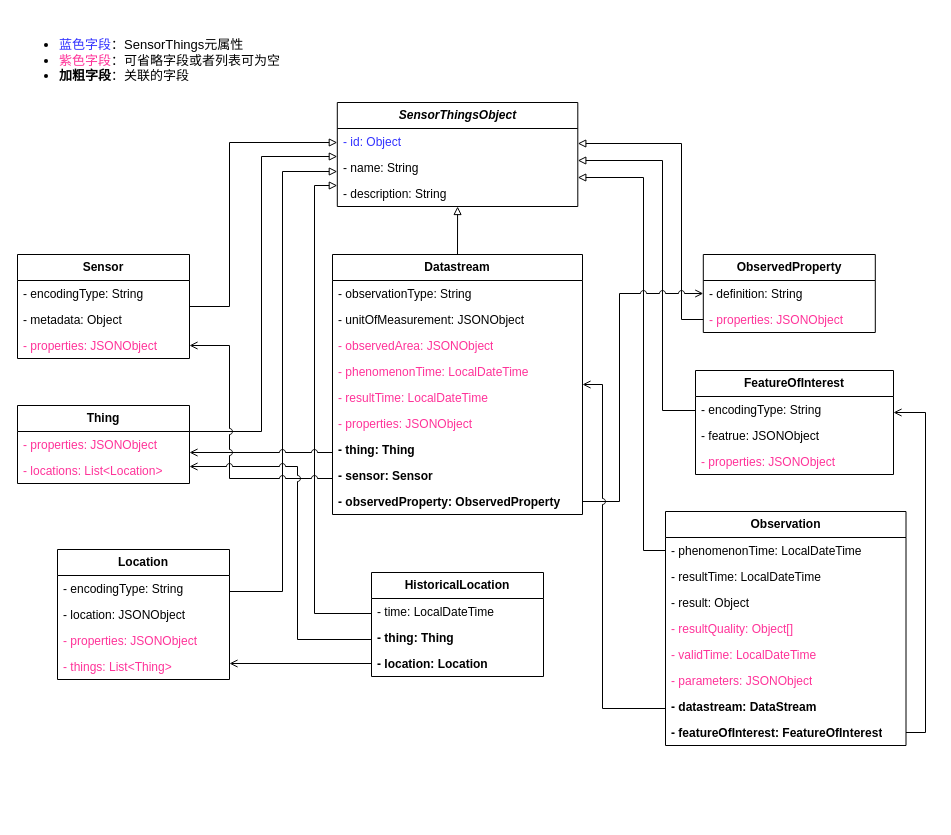
Above: page "SensorThings API模型" (1 of 6) of docs/diagram/模型图.dio in hubu-mdzhang/swmm-sensorthings (draw.io), before the change. Source tidied: cells renumbered, new cells numbered last; positions are measured from the earlier drawing's top-left corner, leaving out a move shared by most shapes. Both pictures are drawn from the tidied source at 100%, with x=0, y=0 at pixel (17, 17).
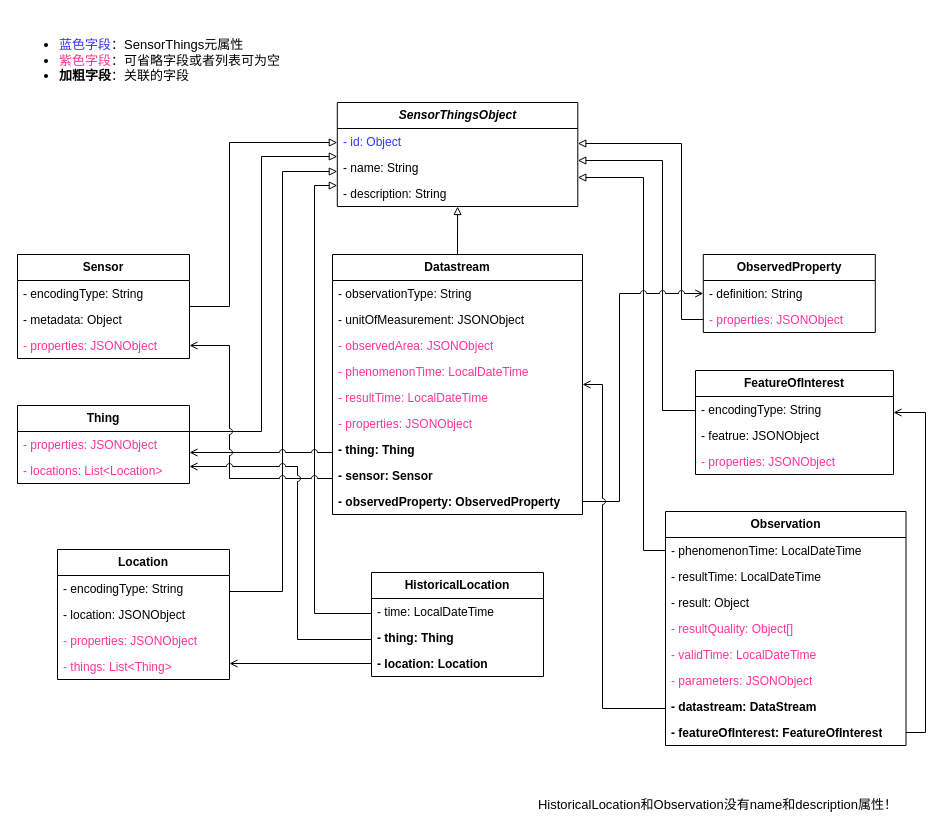
The same page after the edit.

What changed in the source:
```diff
@@
+    <mxCell id="64" value="HistoricalLocation和Observation没有name和description属性！" style="text;html=1;align=center;verticalAlign=middle;strokeColor=none;fillColor=none;fontSize=13;" parent="1" vertex="1">
+      <mxGeometry x="511.5" y="773" width="377" height="28" as="geometry" />
+    </mxCell>
```
